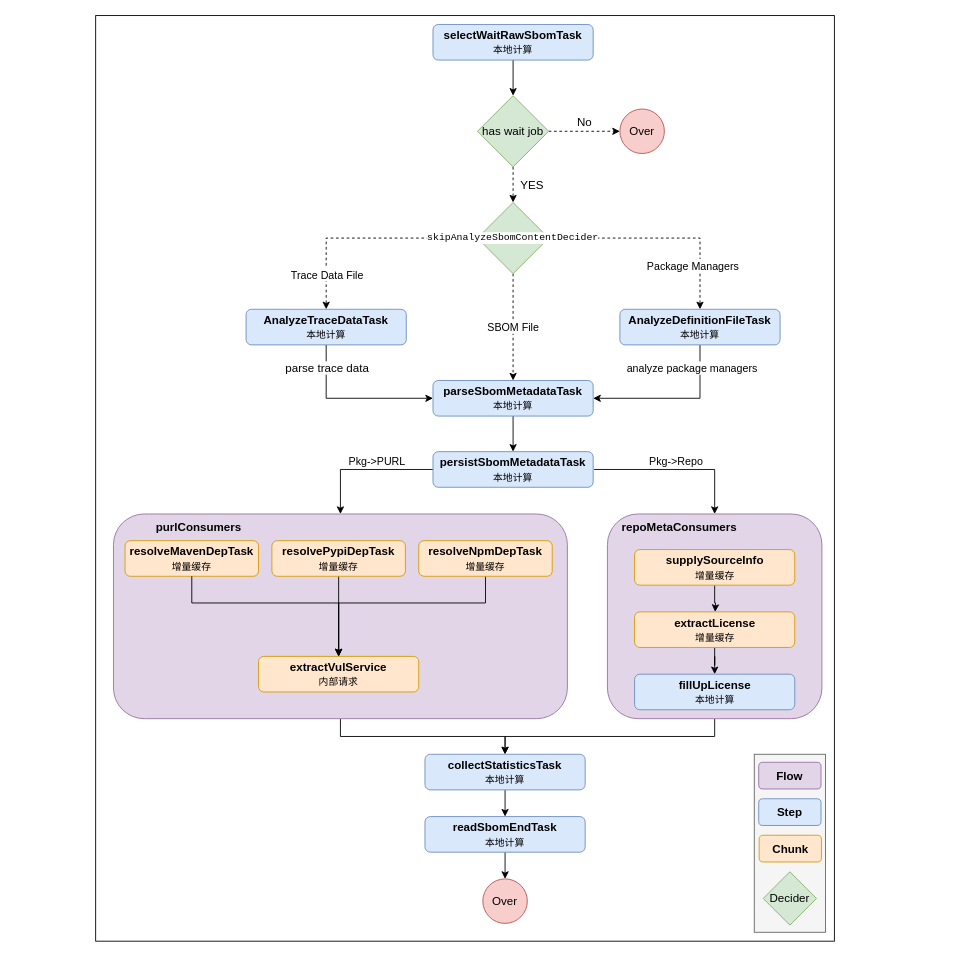
The draw.io diagram doc/assert/import-sbom-job-3.0.drawio in step-security-bot/sbom-service, before the edit. Source tidied: cells renumbered, new cells numbered last; positions are measured from the earlier drawing's top-left corner, leaving out a move shared by most shapes. Both pictures are drawn from the tidied source at 89%, with x=0, y=0 at pixel (95, 15).
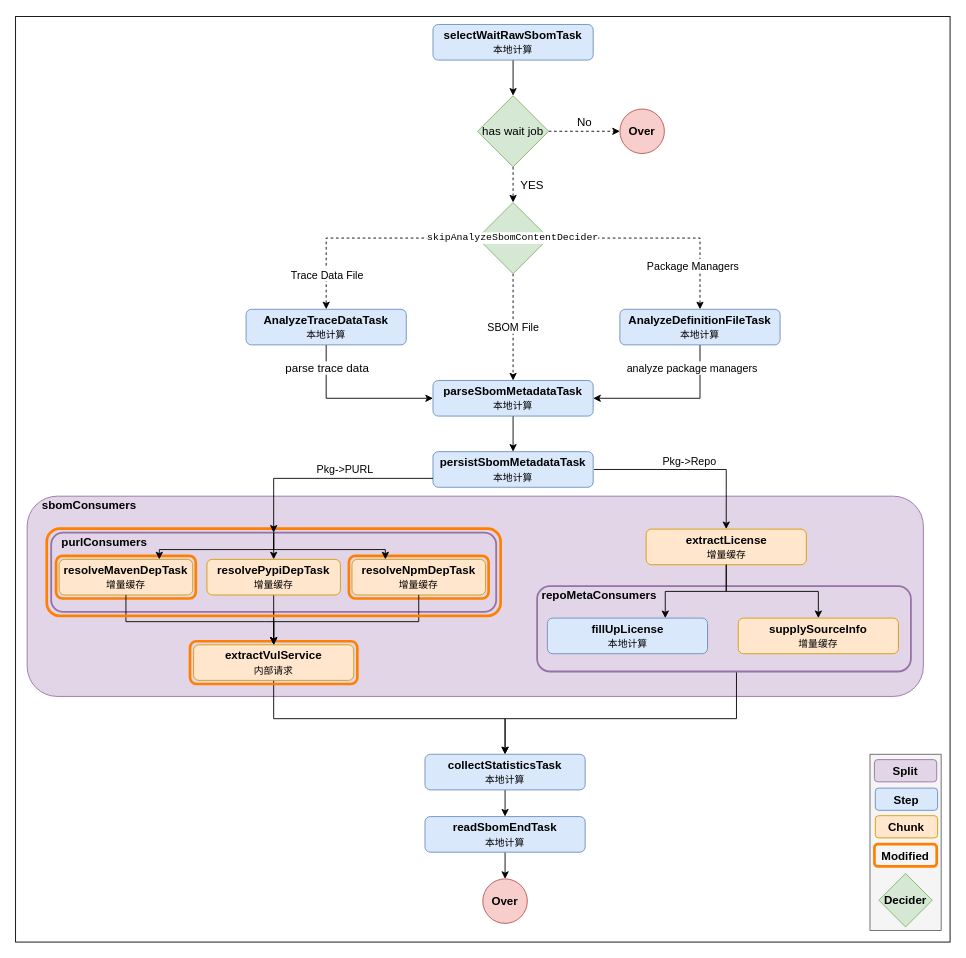
The same diagram, later.

Commit message (it also covers changes not shown here):
doc: optimize sbom import process flow

Unchanged cells that the change refers to:
```xml
<mxCell id="13" value="persistSbomMetadataTask&lt;br&gt;&lt;span style=&quot;font-size: 11px; font-weight: 400;&quot;&gt;本地计算&lt;/span&gt;" style="rounded=1;whiteSpace=wrap;html=1;fillColor=#dae8fc;strokeColor=#6c8ebf;fontSize=13;fontStyle=1;" parent="1" vertex="1">
  <mxGeometry x="379" y="490" width="180" height="40" as="geometry" />
</mxCell>
<mxCell id="35" value="collectStatisticsTask&lt;br&gt;&lt;span style=&quot;font-size: 11px; font-weight: 400;&quot;&gt;本地计算&lt;/span&gt;" style="rounded=1;whiteSpace=wrap;html=1;fillColor=#dae8fc;strokeColor=#6c8ebf;fontSize=13;fontStyle=1;" parent="1" vertex="1">
  <mxGeometry x="370" y="830" width="180" height="40" as="geometry" />
</mxCell>
```

Change to the diagram source:
```diff
@@
     <mxCell id="2" style="rounded=0;whiteSpace=wrap;html=1;" parent="1" vertex="1">
-      <mxGeometry width="830" height="1040" as="geometry" />
+      <mxGeometry x="-90" y="1" width="1050" height="1040" as="geometry" />
     </mxCell>
+    <mxCell id="57" style="rounded=1;whiteSpace=wrap;html=1;fontSize=12;fillColor=#e1d5e7;strokeColor=#9673a6;" parent="1" vertex="1">
+      <mxGeometry x="-77" y="540" width="1007" height="225" as="geometry" />
+    </mxCell>
+    <mxCell id="29" style="rounded=1;whiteSpace=wrap;html=1;fontSize=12;fillColor=#e1d5e7;strokeColor=#9673a6;strokeWidth=2;" parent="1" vertex="1">
+      <mxGeometry x="-50" y="581" width="500" height="89" as="geometry" />
+    </mxCell>
+    <mxCell id="58" style="edgeStyle=orthogonalEdgeStyle;rounded=0;jettySize=auto;html=1;exitX=0.5;exitY=0;exitDx=0;exitDy=0;entryX=0.5;entryY=0;entryDx=0;entryDy=0;" parent="1" edge="1" source="29" target="54">
+      <mxGeometry relative="1" as="geometry" />
+    </mxCell>
@@
-    <mxCell id="8" value="Over" style="ellipse;whiteSpace=wrap;html=1;fillColor=#f8cecc;strokeColor=#b85450;fontSize=13;" parent="1" vertex="1">
+    <mxCell id="8" value="Over" style="ellipse;whiteSpace=wrap;html=1;fillColor=#f8cecc;strokeColor=#b85450;fontSize=13;fontStyle=1;" parent="1" vertex="1">
       <mxGeometry x="589" y="105" width="50" height="50" as="geometry" />
     </mxCell>
-    <mxCell id="9" style="edgeStyle=orthogonalEdgeStyle;rounded=0;jettySize=auto;html=1;entryX=0.5;entryY=0;entryDx=0;entryDy=0;fontSize=12;fontColor=#000000;" parent="1" edge="1" target="40">
-      <mxGeometry relative="1" as="geometry">
-        <mxPoint x="560" y="510" as="sourcePoint" />
-        <Array as="points">
-          <mxPoint x="696" y="510" />
-          <mxPoint x="696" y="560" />
-        </Array>
-      </mxGeometry>
-    </mxCell>
-    <mxCell id="10" value="Pkg-&amp;gt;Repo" style="edgeLabel;html=1;align=center;verticalAlign=middle;fontSize=12;fontColor=#000000;" parent="9" vertex="1">
-      <mxGeometry x="-0.02" y="-1" relative="1" as="geometry">
-        <mxPoint y="-11" as="offset" />
-      </mxGeometry>
-    </mxCell>
-    <mxCell id="11" style="edgeStyle=orthogonalEdgeStyle;rounded=0;jettySize=auto;html=1;fontSize=12;fontColor=#000000;exitX=0;exitY=0.5;exitDx=0;exitDy=0;entryX=0.5;entryY=0;entryDx=0;entryDy=0;" parent="1" edge="1" source="13" target="29">
-      <mxGeometry relative="1" as="geometry">
-        <Array as="points">
-          <mxPoint x="275" y="510" />
-        </Array>
-      </mxGeometry>
-    </mxCell>
-    <mxCell id="12" value="Pkg-&amp;gt;PURL" style="edgeLabel;html=1;align=center;verticalAlign=middle;fontSize=12;fontColor=#000000;" parent="11" vertex="1">
-      <mxGeometry x="-0.17" y="-2" relative="1" as="geometry">
-        <mxPoint y="-8" as="offset" />
-      </mxGeometry>
-    </mxCell>
@@
-    <mxCell id="28" style="edgeStyle=orthogonalEdgeStyle;rounded=0;jettySize=auto;html=1;entryX=0.5;entryY=0;entryDx=0;entryDy=0;fontSize=12;fontColor=#000000;" parent="1" edge="1" source="29" target="35">
-      <mxGeometry relative="1" as="geometry" />
+    <mxCell id="28" style="edgeStyle=orthogonalEdgeStyle;rounded=0;jettySize=auto;html=1;fontSize=12;fontColor=#000000;exitX=0.5;exitY=1;exitDx=0;exitDy=0;entryX=0.5;entryY=0;entryDx=0;entryDy=0;" parent="1" edge="1" source="29" target="35">
+      <mxGeometry relative="1" as="geometry">
+        <Array as="points">
+          <mxPoint x="200" y="790" />
+          <mxPoint x="460" y="790" />
+        </Array>
+      </mxGeometry>
     </mxCell>
-    <mxCell id="29" style="rounded=1;whiteSpace=wrap;html=1;fontSize=12;fillColor=#e1d5e7;strokeColor=#9673a6;" parent="1" vertex="1">
-      <mxGeometry x="20" y="560" width="510" height="230" as="geometry" />
-    </mxCell>
     <mxCell id="30" value="&lt;b&gt;purlConsumers&lt;/b&gt;" style="text;html=1;strokeColor=none;fillColor=none;align=center;verticalAlign=middle;whiteSpace=wrap;rounded=0;fontSize=13;fontColor=#000000;" parent="1" vertex="1">
-      <mxGeometry x="46" y="565" width="140" height="20" as="geometry" />
+      <mxGeometry x="-60" y="581" width="140" height="20" as="geometry" />
     </mxCell>
     <mxCell id="31" value="&lt;b&gt;resolveMavenDepTask&lt;br&gt;&lt;/b&gt;&lt;span style=&quot;font-size: 11px; font-weight: 400;&quot;&gt;增量缓存&lt;/span&gt;&lt;b&gt;&lt;br&gt;&lt;/b&gt;" style="rounded=1;whiteSpace=wrap;html=1;fillColor=#ffe6cc;strokeColor=#d79b00;fontSize=13;fontStyle=1;" parent="1" vertex="1">
-      <mxGeometry x="33" y="590" width="150" height="40" as="geometry" />
+      <mxGeometry x="-41" y="611" width="150" height="40" as="geometry" />
     </mxCell>
     <mxCell id="32" value="extractVulService&lt;br&gt;&lt;font style=&quot;font-size: 11px; font-weight: normal;&quot;&gt;内部请求&lt;/font&gt;" style="rounded=1;whiteSpace=wrap;html=1;fillColor=#ffe6cc;strokeColor=#d79b00;fontSize=13;fontStyle=1;" parent="1" vertex="1">
-      <mxGeometry x="183" y="720" width="180" height="40" as="geometry" />
+      <mxGeometry x="110" y="707" width="180" height="40" as="geometry" />
     </mxCell>
-    <mxCell id="33" style="edgeStyle=orthogonalEdgeStyle;rounded=0;jettySize=auto;html=1;fontSize=12;fontColor=#000000;entryX=0.5;entryY=0;entryDx=0;entryDy=0;exitX=0.5;exitY=1;exitDx=0;exitDy=0;" parent="1" edge="1" source="31" target="32">
-      <mxGeometry relative="1" as="geometry">
-        <Array as="points">
-          <mxPoint x="266" y="660" />
-          <mxPoint x="156" y="660" />
-        </Array>
-      </mxGeometry>
-    </mxCell>
@@
-    <mxCell id="38" value="Over" style="ellipse;whiteSpace=wrap;html=1;fillColor=#f8cecc;strokeColor=#b85450;fontSize=13;" parent="1" vertex="1">
+    <mxCell id="38" value="Over" style="ellipse;whiteSpace=wrap;html=1;fillColor=#f8cecc;strokeColor=#b85450;fontSize=13;fontStyle=1;" parent="1" vertex="1">
       <mxGeometry x="435" y="970" width="50" height="50" as="geometry" />
     </mxCell>
-    <mxCell id="39" style="edgeStyle=orthogonalEdgeStyle;rounded=0;jettySize=auto;html=1;fontSize=12;fontColor=#000000;exitX=0.5;exitY=1;exitDx=0;exitDy=0;" parent="1" edge="1" source="40" target="35">
-      <mxGeometry relative="1" as="geometry" />
+    <mxCell id="39" style="edgeStyle=orthogonalEdgeStyle;rounded=0;jettySize=auto;html=1;fontSize=12;fontColor=#000000;exitX=0.5;exitY=1;exitDx=0;exitDy=0;entryX=0.5;entryY=0;entryDx=0;entryDy=0;" parent="1" edge="1" source="66" target="35">
+      <mxGeometry relative="1" as="geometry">
+        <Array as="points">
+          <mxPoint x="720" y="790" />
+          <mxPoint x="460" y="790" />
+        </Array>
+      </mxGeometry>
     </mxCell>
-    <mxCell id="40" style="rounded=1;whiteSpace=wrap;html=1;fontSize=12;fillColor=#e1d5e7;strokeColor=#9673a6;" parent="1" vertex="1">
-      <mxGeometry x="575" y="560" width="241" height="230" as="geometry" />
-    </mxCell>
-    <mxCell id="41" style="edgeStyle=orthogonalEdgeStyle;rounded=0;jettySize=auto;html=1;fontSize=12;fontColor=#000000;" parent="1" edge="1" source="42" target="45">
-      <mxGeometry relative="1" as="geometry" />
-    </mxCell>
+    <mxCell id="53" style="edgeStyle=orthogonalEdgeStyle;rounded=0;jettySize=auto;html=1;exitX=0.5;exitY=1;exitDx=0;exitDy=0;entryX=0.5;entryY=0;entryDx=0;entryDy=0;" parent="1" edge="1" source="54" target="32">
+      <mxGeometry relative="1" as="geometry" />
+    </mxCell>
+    <mxCell id="54" value="&lt;b&gt;resolvePypiDepTask&lt;br&gt;&lt;/b&gt;&lt;span style=&quot;font-size: 11px; font-weight: 400;&quot;&gt;增量缓存&lt;/span&gt;&lt;b&gt;&lt;br&gt;&lt;/b&gt;" style="rounded=1;whiteSpace=wrap;html=1;fillColor=#ffe6cc;strokeColor=#d79b00;fontSize=13;fontStyle=1;" parent="1" vertex="1">
+      <mxGeometry x="125" y="611" width="150" height="40" as="geometry" />
+    </mxCell>
+    <mxCell id="56" value="&lt;b&gt;resolveNpmDepTask&lt;br&gt;&lt;/b&gt;&lt;span style=&quot;font-size: 11px; font-weight: 400;&quot;&gt;增量缓存&lt;/span&gt;&lt;b&gt;&lt;br&gt;&lt;/b&gt;" style="rounded=1;whiteSpace=wrap;html=1;fillColor=#ffe6cc;strokeColor=#d79b00;fontSize=13;fontStyle=1;" parent="1" vertex="1">
+      <mxGeometry x="288" y="611" width="150" height="40" as="geometry" />
+    </mxCell>
+    <mxCell id="59" style="group;" parent="1" vertex="1">
+      <mxGeometry x="870" y="830" width="80" height="198" as="geometry" />
+    </mxCell>
+    <mxCell id="60" style="rounded=0;whiteSpace=wrap;html=1;fontSize=11;fillColor=#f5f5f5;fontColor=#333333;strokeColor=#666666;" parent="59" vertex="1">
+      <mxGeometry width="80" height="198" as="geometry" />
+    </mxCell>
+    <mxCell id="49" value="Decider" style="rhombus;whiteSpace=wrap;html=1;fillColor=#d5e8d4;strokeColor=#82b366;fontSize=13;fontStyle=1;" parent="59" vertex="1">
+      <mxGeometry x="10" y="134" width="60" height="60" as="geometry" />
+    </mxCell>
+    <mxCell id="50" value="Step" style="rounded=1;whiteSpace=wrap;html=1;fillColor=#dae8fc;strokeColor=#6c8ebf;fontSize=13;fontStyle=1;" parent="59" vertex="1">
+      <mxGeometry x="6" y="38" width="70" height="25" as="geometry" />
+    </mxCell>
+    <mxCell id="51" value="Chunk" style="rounded=1;whiteSpace=wrap;html=1;fillColor=#ffe6cc;strokeColor=#d79b00;fontSize=13;fontStyle=1;" parent="59" vertex="1">
+      <mxGeometry x="6" y="69" width="70" height="25" as="geometry" />
+    </mxCell>
+    <mxCell id="61" value="Split" style="rounded=1;whiteSpace=wrap;html=1;fillColor=#e1d5e7;strokeColor=#9673a6;fontSize=13;fontStyle=1;" parent="59" vertex="1">
+      <mxGeometry x="5" y="6" width="70" height="25" as="geometry" />
+    </mxCell>
+    <mxCell id="62" value="Modified" style="rounded=1;whiteSpace=wrap;html=1;fillColor=none;strokeWidth=3;strokeColor=#FF8000;fontSize=13;fontStyle=1;" parent="59" vertex="1">
+      <mxGeometry x="5" y="101" width="70" height="25" as="geometry" />
+    </mxCell>
+    <mxCell id="63" style="rounded=1;whiteSpace=wrap;html=1;fillColor=none;strokeWidth=3;strokeColor=#FF8000;" parent="1" vertex="1">
+      <mxGeometry x="106" y="703" width="188" height="48" as="geometry" />
+    </mxCell>
+    <mxCell id="64" style="rounded=1;whiteSpace=wrap;html=1;fillColor=none;strokeWidth=3;strokeColor=#FF8000;" parent="1" vertex="1">
+      <mxGeometry x="-44.5" y="607" width="157" height="48" as="geometry" />
+    </mxCell>
+    <mxCell id="65" style="rounded=1;whiteSpace=wrap;html=1;fillColor=none;strokeWidth=3;strokeColor=#FF8000;" parent="1" vertex="1">
+      <mxGeometry x="284.5" y="607" width="157" height="48" as="geometry" />
+    </mxCell>
+    <mxCell id="33" style="edgeStyle=orthogonalEdgeStyle;rounded=0;jettySize=auto;html=1;fontSize=12;fontColor=#000000;entryX=0.5;entryY=0;entryDx=0;entryDy=0;exitX=0.5;exitY=1;exitDx=0;exitDy=0;" parent="1" edge="1" source="31" target="32">
+      <mxGeometry relative="1" as="geometry">
+        <Array as="points">
+          <mxPoint x="191" y="681" />
+          <mxPoint x="81" y="681" />
+        </Array>
+      </mxGeometry>
+    </mxCell>
+    <mxCell id="55" style="edgeStyle=orthogonalEdgeStyle;rounded=0;jettySize=auto;html=1;exitX=0.5;exitY=1;exitDx=0;exitDy=0;entryX=0.5;entryY=0;entryDx=0;entryDy=0;" parent="1" edge="1" source="56" target="32">
+      <mxGeometry relative="1" as="geometry">
+        <Array as="points">
+          <mxPoint x="363" y="681" />
+          <mxPoint x="200" y="681" />
+        </Array>
+      </mxGeometry>
+    </mxCell>
+    <mxCell id="66" style="rounded=1;whiteSpace=wrap;html=1;fontSize=12;fillColor=#e1d5e7;strokeColor=#9673a6;strokeWidth=2;" parent="1" vertex="1">
+      <mxGeometry x="496" y="641" width="420" height="96" as="geometry" />
+    </mxCell>
     <mxCell id="42" value="extractLicense&lt;br&gt;&lt;span style=&quot;font-size: 11px; font-weight: 400;&quot;&gt;增量缓存&lt;/span&gt;" style="rounded=1;whiteSpace=wrap;html=1;fillColor=#ffe6cc;strokeColor=#d79b00;fontSize=13;fontStyle=1;" parent="1" vertex="1">
-      <mxGeometry x="605.5" y="670" width="180" height="40" as="geometry" />
+      <mxGeometry x="618.5" y="577" width="180" height="40" as="geometry" />
     </mxCell>
-    <mxCell id="43" style="edgeStyle=orthogonalEdgeStyle;rounded=0;jettySize=auto;html=1;fontSize=12;fontColor=#000000;" parent="1" edge="1" source="44">
-      <mxGeometry relative="1" as="geometry">
-        <mxPoint x="696" y="670" as="targetPoint" />
-      </mxGeometry>
-    </mxCell>
-    <mxCell id="44" value="supplySourceInfo&lt;br&gt;&lt;span style=&quot;font-weight: normal;&quot;&gt;&lt;font style=&quot;font-size: 11px;&quot;&gt;增量缓存&lt;/font&gt;&lt;/span&gt;" style="rounded=1;whiteSpace=wrap;html=1;fillColor=#ffe6cc;strokeColor=#d79b00;fontSize=13;fontStyle=1;" parent="1" vertex="1">
-      <mxGeometry x="605.5" y="600" width="180" height="40" as="geometry" />
+    <mxCell id="44" value="supplySourceInfo&lt;br&gt;&lt;span style=&quot;font-weight: normal;&quot;&gt;&lt;font style=&quot;font-size: 11px;&quot;&gt;增量缓存&lt;/font&gt;&lt;/span&gt;" style="rounded=1;whiteSpace=wrap;fillColor=#ffe6cc;strokeColor=#d79b00;fontSize=13;fontStyle=1;html=1;" parent="1" vertex="1">
+      <mxGeometry x="722" y="677" width="180" height="40" as="geometry" />
     </mxCell>
-    <mxCell id="45" value="fillUpLicense&lt;br&gt;&lt;span style=&quot;font-weight: normal;&quot;&gt;&lt;font style=&quot;font-size: 11px;&quot;&gt;本地计算&lt;/font&gt;&lt;/span&gt;" style="rounded=1;whiteSpace=wrap;html=1;fillColor=#dae8fc;strokeColor=#6c8ebf;fontSize=13;fontStyle=1;" parent="1" vertex="1">
-      <mxGeometry x="605.5" y="740" width="180" height="40" as="geometry" />
+    <mxCell id="45" value="fillUpLicense&lt;br&gt;&lt;span style=&quot;font-weight: normal;&quot;&gt;&lt;font style=&quot;font-size: 11px;&quot;&gt;本地计算&lt;/font&gt;&lt;/span&gt;" style="rounded=1;whiteSpace=wrap;fillColor=#dae8fc;strokeColor=#6c8ebf;fontSize=13;fontStyle=1;html=1;" parent="1" vertex="1">
+      <mxGeometry x="507.5" y="677" width="180" height="40" as="geometry" />
     </mxCell>
     <mxCell id="46" value="&lt;b&gt;repoMetaConsumers&lt;/b&gt;" style="text;html=1;strokeColor=none;fillColor=none;align=center;verticalAlign=middle;whiteSpace=wrap;rounded=0;fontSize=13;fontColor=#000000;" parent="1" vertex="1">
-      <mxGeometry x="586" y="565" width="140" height="20" as="geometry" />
+      <mxGeometry x="496" y="641" width="140" height="20" as="geometry" />
     </mxCell>
-    <mxCell id="47" style="group;" parent="1" vertex="1">
-      <mxGeometry x="740" y="830" width="80" height="200" as="geometry" />
-    </mxCell>
-    <mxCell id="48" style="rounded=0;whiteSpace=wrap;html=1;fontSize=11;fillColor=#f5f5f5;fontColor=#333333;strokeColor=#666666;" parent="47" vertex="1">
-      <mxGeometry width="80" height="200" as="geometry" />
-    </mxCell>
-    <mxCell id="49" value="Decider" style="rhombus;whiteSpace=wrap;html=1;fillColor=#d5e8d4;strokeColor=#82b366;fontSize=13;" parent="47" vertex="1">
-      <mxGeometry x="10" y="132" width="60" height="60" as="geometry" />
-    </mxCell>
-    <mxCell id="50" value="Step" style="rounded=1;whiteSpace=wrap;html=1;fillColor=#dae8fc;strokeColor=#6c8ebf;fontSize=13;fontStyle=1;" parent="47" vertex="1">
-      <mxGeometry x="5" y="50" width="70" height="30" as="geometry" />
-    </mxCell>
-    <mxCell id="51" value="Chunk" style="rounded=1;whiteSpace=wrap;html=1;fillColor=#ffe6cc;strokeColor=#d79b00;fontSize=13;fontStyle=1;" parent="47" vertex="1">
-      <mxGeometry x="5.5" y="91" width="70" height="30" as="geometry" />
-    </mxCell>
-    <mxCell id="52" value="Flow" style="rounded=1;whiteSpace=wrap;html=1;fillColor=#e1d5e7;strokeColor=#9673a6;fontSize=13;fontStyle=1;" parent="47" vertex="1">
-      <mxGeometry x="5" y="9" width="70" height="30" as="geometry" />
-    </mxCell>
-    <mxCell id="53" style="edgeStyle=orthogonalEdgeStyle;rounded=0;jettySize=auto;html=1;exitX=0.5;exitY=1;exitDx=0;exitDy=0;entryX=0.5;entryY=0;entryDx=0;entryDy=0;" parent="1" edge="1" source="54" target="32">
-      <mxGeometry relative="1" as="geometry" />
-    </mxCell>
-    <mxCell id="54" value="&lt;b&gt;resolvePypiDepTask&lt;br&gt;&lt;/b&gt;&lt;span style=&quot;font-size: 11px; font-weight: 400;&quot;&gt;增量缓存&lt;/span&gt;&lt;b&gt;&lt;br&gt;&lt;/b&gt;" style="rounded=1;whiteSpace=wrap;html=1;fillColor=#ffe6cc;strokeColor=#d79b00;fontSize=13;fontStyle=1;" parent="1" vertex="1">
-      <mxGeometry x="198" y="590" width="150" height="40" as="geometry" />
-    </mxCell>
-    <mxCell id="55" style="edgeStyle=orthogonalEdgeStyle;rounded=0;jettySize=auto;html=1;exitX=0.5;exitY=1;exitDx=0;exitDy=0;entryX=0.5;entryY=0;entryDx=0;entryDy=0;" parent="1" edge="1" source="56" target="32">
-      <mxGeometry relative="1" as="geometry">
-        <Array as="points">
-          <mxPoint x="438" y="660" />
-          <mxPoint x="273" y="660" />
-        </Array>
-      </mxGeometry>
-    </mxCell>
-    <mxCell id="56" value="&lt;b&gt;resolveNpmDepTask&lt;br&gt;&lt;/b&gt;&lt;span style=&quot;font-size: 11px; font-weight: 400;&quot;&gt;增量缓存&lt;/span&gt;&lt;b&gt;&lt;br&gt;&lt;/b&gt;" style="rounded=1;whiteSpace=wrap;html=1;fillColor=#ffe6cc;strokeColor=#d79b00;fontSize=13;fontStyle=1;" parent="1" vertex="1">
-      <mxGeometry x="363" y="590" width="150" height="40" as="geometry" />
-    </mxCell>
+    <mxCell id="67" style="edgeStyle=orthogonalEdgeStyle;rounded=0;jettySize=auto;html=1;exitX=0.5;exitY=1;exitDx=0;exitDy=0;entryX=0.5;entryY=0;entryDx=0;entryDy=0;fontSize=13;" parent="1" edge="1" source="42" target="44">
+      <mxGeometry relative="1" as="geometry" />
+    </mxCell>
+    <mxCell id="68" style="edgeStyle=orthogonalEdgeStyle;rounded=0;jettySize=auto;html=1;exitX=0.5;exitY=1;exitDx=0;exitDy=0;fontSize=13;" parent="1" edge="1" source="42">
+      <mxGeometry relative="1" as="geometry">
+        <mxPoint x="640" y="677" as="targetPoint" />
+        <Array as="points">
+          <mxPoint x="709" y="647" />
+          <mxPoint x="640" y="647" />
+          <mxPoint x="640" y="677" />
+        </Array>
+      </mxGeometry>
+    </mxCell>
+    <mxCell id="9" style="edgeStyle=orthogonalEdgeStyle;rounded=0;jettySize=auto;html=1;fontSize=12;fontColor=#000000;entryX=0.5;entryY=0;entryDx=0;entryDy=0;" parent="1" edge="1" target="42">
+      <mxGeometry relative="1" as="geometry">
+        <mxPoint x="560" y="510" as="sourcePoint" />
+        <Array as="points">
+          <mxPoint x="709" y="510" />
+        </Array>
+      </mxGeometry>
+    </mxCell>
+    <mxCell id="10" value="Pkg-&amp;gt;Repo" style="edgeLabel;html=1;align=center;verticalAlign=middle;fontSize=12;fontColor=#000000;" parent="9" vertex="1">
+      <mxGeometry x="-0.02" y="-1" relative="1" as="geometry">
+        <mxPoint y="-11" as="offset" />
+      </mxGeometry>
+    </mxCell>
+    <mxCell id="69" value="&lt;b&gt;sbomConsumers&lt;/b&gt;" style="text;html=1;strokeColor=none;fillColor=none;align=center;verticalAlign=middle;whiteSpace=wrap;rounded=0;fontSize=13;fontColor=#000000;" parent="1" vertex="1">
+      <mxGeometry x="-77" y="540" width="140" height="20" as="geometry" />
+    </mxCell>
+    <mxCell id="70" style="edgeStyle=orthogonalEdgeStyle;rounded=0;jettySize=auto;html=1;exitX=0.5;exitY=0;exitDx=0;exitDy=0;entryX=0.75;entryY=0;entryDx=0;entryDy=0;" parent="1" edge="1" source="29" target="31">
+      <mxGeometry relative="1" as="geometry">
+        <Array as="points">
+          <mxPoint x="200" y="600" />
+          <mxPoint x="71" y="600" />
+        </Array>
+      </mxGeometry>
+    </mxCell>
+    <mxCell id="71" style="edgeStyle=orthogonalEdgeStyle;rounded=0;jettySize=auto;html=1;exitX=0.5;exitY=0;exitDx=0;exitDy=0;entryX=0.25;entryY=0;entryDx=0;entryDy=0;" parent="1" edge="1" source="29" target="56">
+      <mxGeometry relative="1" as="geometry">
+        <Array as="points">
+          <mxPoint x="200" y="600" />
+          <mxPoint x="326" y="600" />
+          <mxPoint x="326" y="611" />
+        </Array>
+      </mxGeometry>
+    </mxCell>
+    <mxCell id="72" style="rounded=1;whiteSpace=wrap;html=1;fillColor=none;strokeWidth=3;strokeColor=#FF8000;" parent="1" vertex="1">
+      <mxGeometry x="-55" y="576.5" width="510" height="98" as="geometry" />
+    </mxCell>
+    <mxCell id="11" style="edgeStyle=orthogonalEdgeStyle;rounded=0;jettySize=auto;html=1;fontSize=12;fontColor=#000000;exitX=0;exitY=0.5;exitDx=0;exitDy=0;entryX=0.5;entryY=0;entryDx=0;entryDy=0;" parent="1" edge="1" target="29">
+      <mxGeometry relative="1" as="geometry">
+        <mxPoint x="379" y="520" as="sourcePoint" />
+        <Array as="points">
+          <mxPoint x="200" y="520" />
+        </Array>
+      </mxGeometry>
+    </mxCell>
+    <mxCell id="12" value="Pkg-&amp;gt;PURL" style="edgeLabel;html=1;align=center;verticalAlign=middle;fontSize=12;fontColor=#000000;" parent="11" vertex="1">
+      <mxGeometry x="-0.17" y="-2" relative="1" as="geometry">
+        <mxPoint y="-8" as="offset" />
+      </mxGeometry>
+    </mxCell>
```
